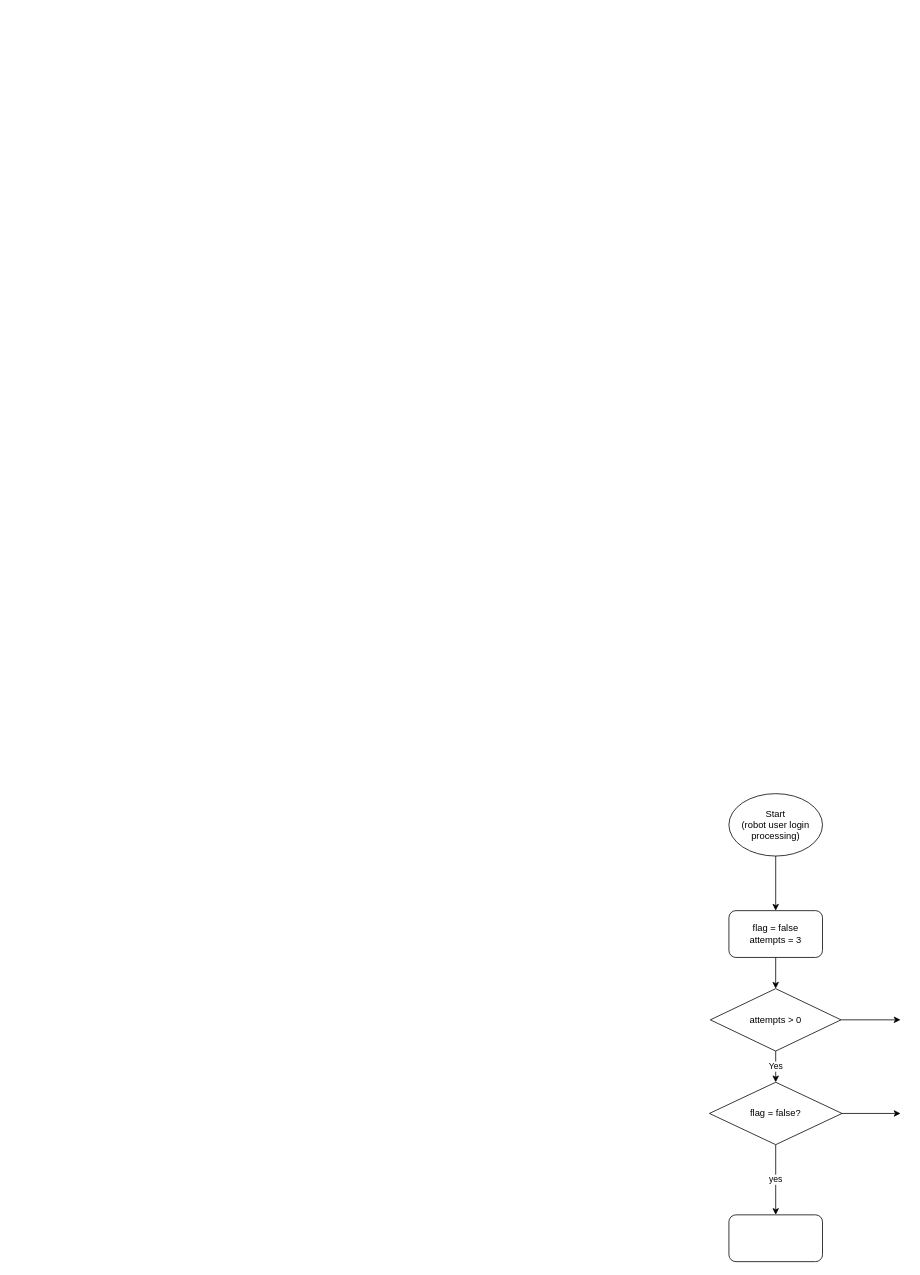
Above: Untitled Diagram.drawio in LongPilus/Python_ai_from_scratch (draw.io), before the change. Source tidied: cells renumbered, new cells numbered last; positions are measured from the earlier drawing's top-left corner, leaving out a move shared by most shapes. Both pictures are drawn from the tidied source at 78%, with x=0, y=0 at pixel (709, 793).
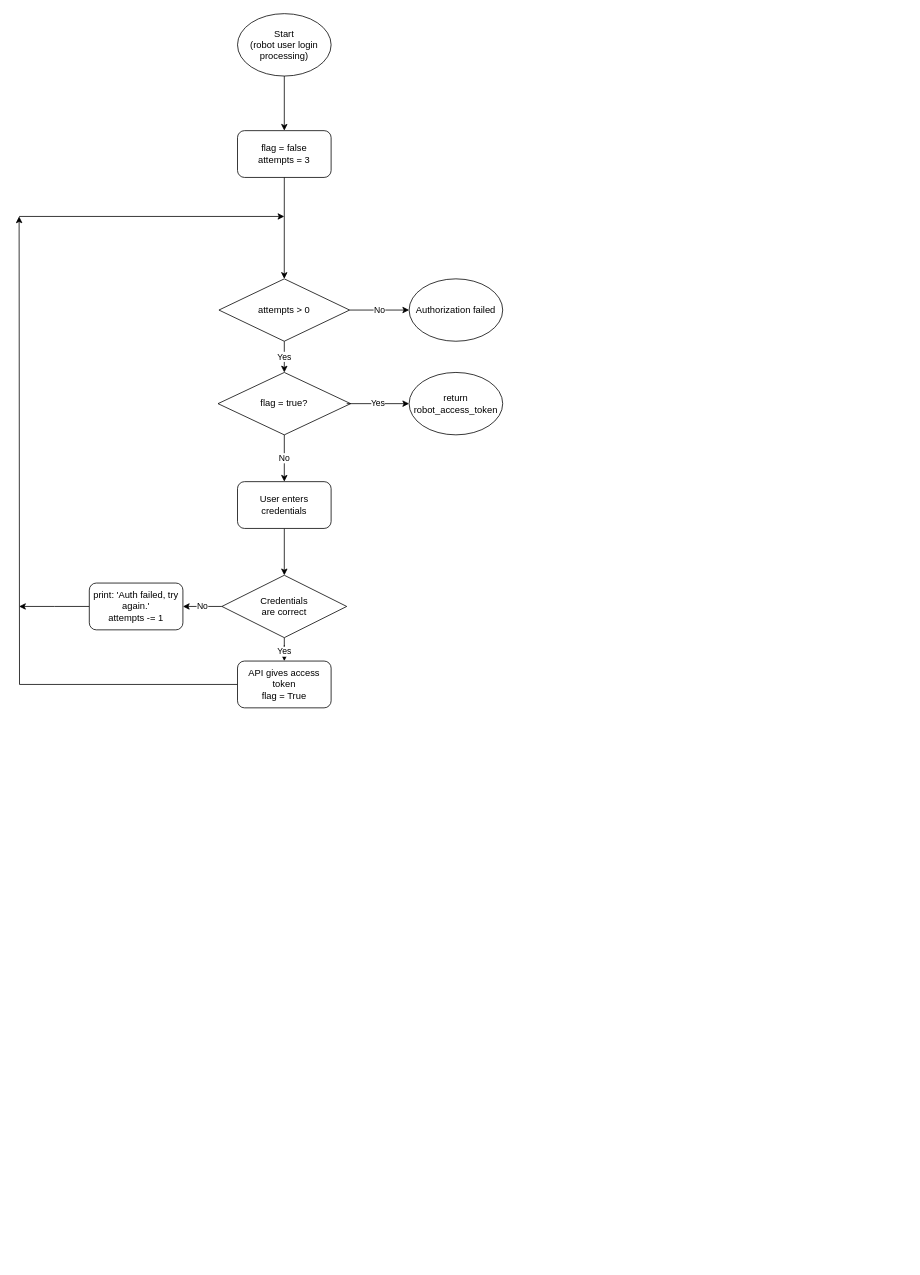
The same diagram, later.

The edit, as a diff of the source:
```diff
@@
     <mxCell id="2" value="flag = false&lt;br&gt;attempts = 3" style="rounded=1;whiteSpace=wrap;html=1;" parent="1" vertex="1">
-      <mxGeometry x="25" y="150" width="120" height="60" as="geometry" />
+      <mxGeometry x="-605" y="-850" width="120" height="60" as="geometry" />
     </mxCell>
-    <mxCell id="3" value="yes" style="edgeStyle=orthogonalEdgeStyle;rounded=0;jettySize=auto;html=1;" parent="1" edge="1" source="4" target="10">
-      <mxGeometry relative="1" as="geometry" />
-    </mxCell>
-    <mxCell id="4" value="flag = false?" style="rhombus;whiteSpace=wrap;html=1;" parent="1" vertex="1">
-      <mxGeometry y="370" width="170" height="80" as="geometry" />
+    <mxCell id="4" value="flag = true?" style="rhombus;whiteSpace=wrap;html=1;" parent="1" vertex="1">
+      <mxGeometry x="-630" y="-540" width="170" height="80" as="geometry" />
     </mxCell>
@@
     <mxCell id="6" value="attempts &amp;gt; 0" style="rhombus;whiteSpace=wrap;html=1;" parent="1" vertex="1">
-      <mxGeometry x="1.2" y="250" width="167.5" height="80" as="geometry" />
+      <mxGeometry x="-628.8" y="-660" width="167.5" height="80" as="geometry" />
     </mxCell>
@@
-    <mxCell id="8" style="endArrow=classic;html=1;rounded=0;exitX=1;exitY=0.5;exitDx=0;exitDy=0;" parent="1" edge="1" source="6">
+    <mxCell id="8" value="No" style="endArrow=classic;html=1;rounded=0;exitX=1;exitY=0.5;exitDx=0;exitDy=0;" parent="1" edge="1" source="6">
       <mxGeometry relative="1" as="geometry">
-        <mxPoint x="245" y="290" as="targetPoint" />
+        <mxPoint x="-385" y="-620" as="targetPoint" />
       </mxGeometry>
     </mxCell>
-    <mxCell id="9" style="endArrow=classic;html=1;rounded=0;exitX=1;exitY=0.5;exitDx=0;exitDy=0;" parent="1" edge="1" source="4">
-      <mxGeometry relative="1" as="geometry">
-        <mxPoint x="245" y="410" as="targetPoint" />
-      </mxGeometry>
-    </mxCell>
+    <mxCell id="13" style="edgeStyle=orthogonalEdgeStyle;rounded=0;jettySize=auto;html=1;" parent="1" edge="1" source="10" target="16">
+      <mxGeometry relative="1" as="geometry" />
+    </mxCell>
-    <mxCell id="10" style="rounded=1;whiteSpace=wrap;html=1;" parent="1" vertex="1">
-      <mxGeometry x="25" y="540" width="120" height="60" as="geometry" />
+    <mxCell id="10" value="User enters credentials" style="rounded=1;whiteSpace=wrap;html=1;" parent="1" vertex="1">
+      <mxGeometry x="-605" y="-400" width="120" height="60" as="geometry" />
     </mxCell>
@@
     <mxCell id="12" value="Start&lt;br&gt;(robot user login processing)" style="ellipse;whiteSpace=wrap;html=1;" parent="1" vertex="1">
-      <mxGeometry x="25" width="120" height="80" as="geometry" />
+      <mxGeometry x="-605" y="-1000" width="120" height="80" as="geometry" />
     </mxCell>
+    <mxCell id="14" value="Yes" style="edgeStyle=orthogonalEdgeStyle;rounded=0;jettySize=auto;html=1;exitX=0.5;exitY=1;exitDx=0;exitDy=0;" parent="1" edge="1" source="16" target="18">
+      <mxGeometry x="0.5" relative="1" as="geometry" />
+    </mxCell>
+    <mxCell id="15" value="No" style="edgeStyle=orthogonalEdgeStyle;rounded=0;jettySize=auto;html=1;entryX=1;entryY=0.5;entryDx=0;entryDy=0;" parent="1" edge="1" source="16" target="20">
+      <mxGeometry relative="1" as="geometry" />
+    </mxCell>
+    <mxCell id="16" value="Credentials&lt;br&gt;are correct" style="rhombus;whiteSpace=wrap;html=1;" parent="1" vertex="1">
+      <mxGeometry x="-625" y="-280" width="160" height="80" as="geometry" />
+    </mxCell>
+    <mxCell id="17" style="edgeStyle=orthogonalEdgeStyle;rounded=0;jettySize=auto;html=1;exitX=0;exitY=0.5;exitDx=0;exitDy=0;" parent="1" edge="1" source="18">
+      <mxGeometry relative="1" as="geometry">
+        <mxPoint x="-885" y="-740" as="targetPoint" />
+      </mxGeometry>
+    </mxCell>
+    <mxCell id="18" value="API gives access token&lt;br&gt;flag = True" style="rounded=1;whiteSpace=wrap;html=1;" parent="1" vertex="1">
+      <mxGeometry x="-605" y="-170" width="120" height="60" as="geometry" />
+    </mxCell>
+    <mxCell id="19" style="edgeStyle=orthogonalEdgeStyle;rounded=0;jettySize=auto;html=1;" parent="1" edge="1" source="20">
+      <mxGeometry relative="1" as="geometry">
+        <mxPoint x="-885" y="-240" as="targetPoint" />
+      </mxGeometry>
+    </mxCell>
+    <mxCell id="20" value="print: 'Auth failed, try again.'&lt;br&gt;attempts -= 1" style="rounded=1;whiteSpace=wrap;html=1;" parent="1" vertex="1">
+      <mxGeometry x="-795" y="-270" width="120" height="60" as="geometry" />
+    </mxCell>
+    <mxCell id="21" value="return robot_access_token" style="ellipse;whiteSpace=wrap;html=1;" parent="1" vertex="1">
+      <mxGeometry x="-385" y="-540" width="120" height="80" as="geometry" />
+    </mxCell>
+    <mxCell id="3" value="No" style="endArrow=classic;html=1;rounded=0;exitX=0.5;exitY=1;exitDx=0;exitDy=0;entryX=0.5;entryY=0;entryDx=0;entryDy=0;" parent="1" edge="1" source="4" target="10">
+      <mxGeometry relative="1" as="geometry" />
+    </mxCell>
+    <mxCell id="22" value="Yes" style="endArrow=classic;html=1;rounded=0;entryX=0;entryY=0.5;entryDx=0;entryDy=0;" parent="1" edge="1" target="21">
+      <mxGeometry relative="1" as="geometry">
+        <mxPoint x="-465" y="-500" as="sourcePoint" />
+      </mxGeometry>
+    </mxCell>
+    <mxCell id="23" value="Authorization failed" style="ellipse;whiteSpace=wrap;html=1;" parent="1" vertex="1">
+      <mxGeometry x="-385" y="-660" width="120" height="80" as="geometry" />
+    </mxCell>
+    <mxCell id="24" style="endArrow=classic;html=1;rounded=0;" parent="1" edge="1">
+      <mxGeometry relative="1" as="geometry">
+        <mxPoint x="-885" y="-740" as="sourcePoint" />
+        <mxPoint x="-545" y="-740" as="targetPoint" />
+      </mxGeometry>
+    </mxCell>
```
